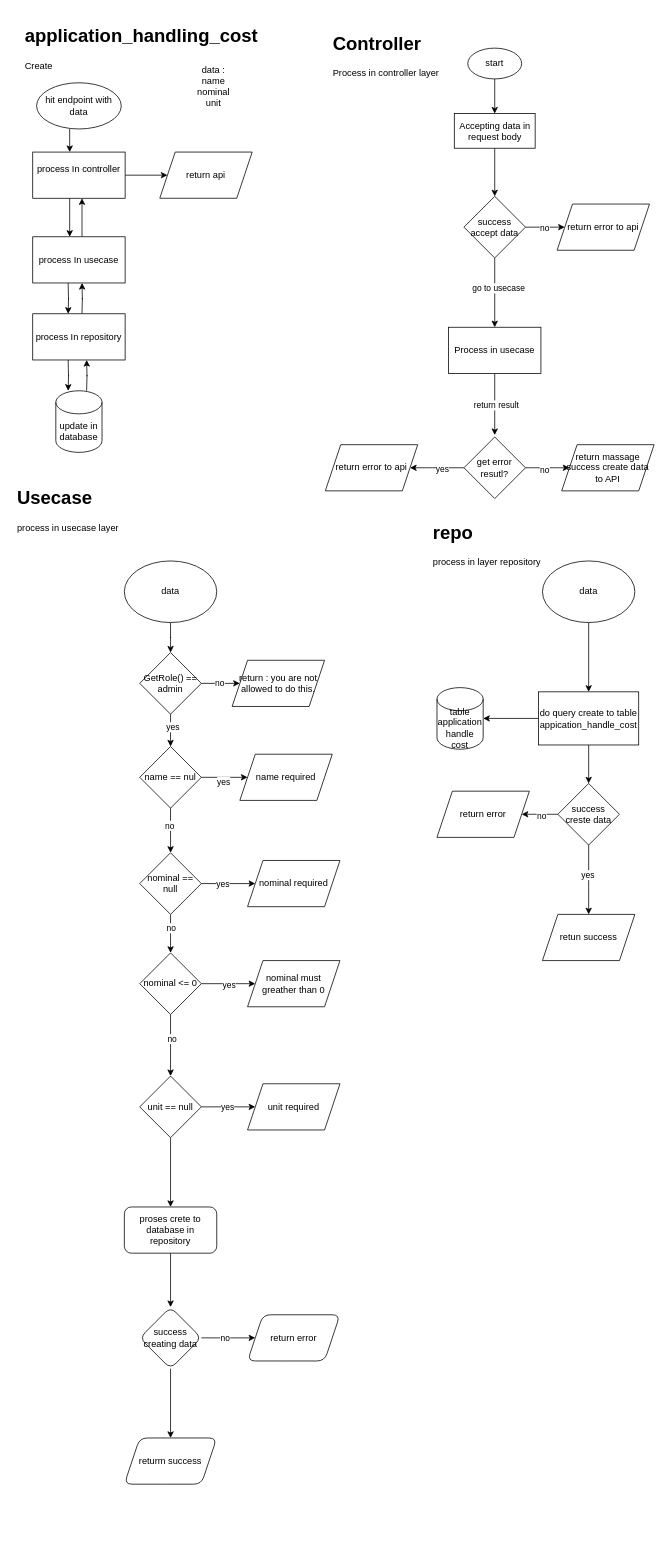
This is page "create" (1 of 4) of application handling cost.drawio from MasEBTa/drawio, a draw.io file, before an edit. Source tidied: cells renumbered, new cells numbered last; positions are measured from the earlier drawing's top-left corner, leaving out a move shared by most shapes. Both pictures are drawn from the tidied source at 77%, with x=0, y=0 at pixel (13, 21).
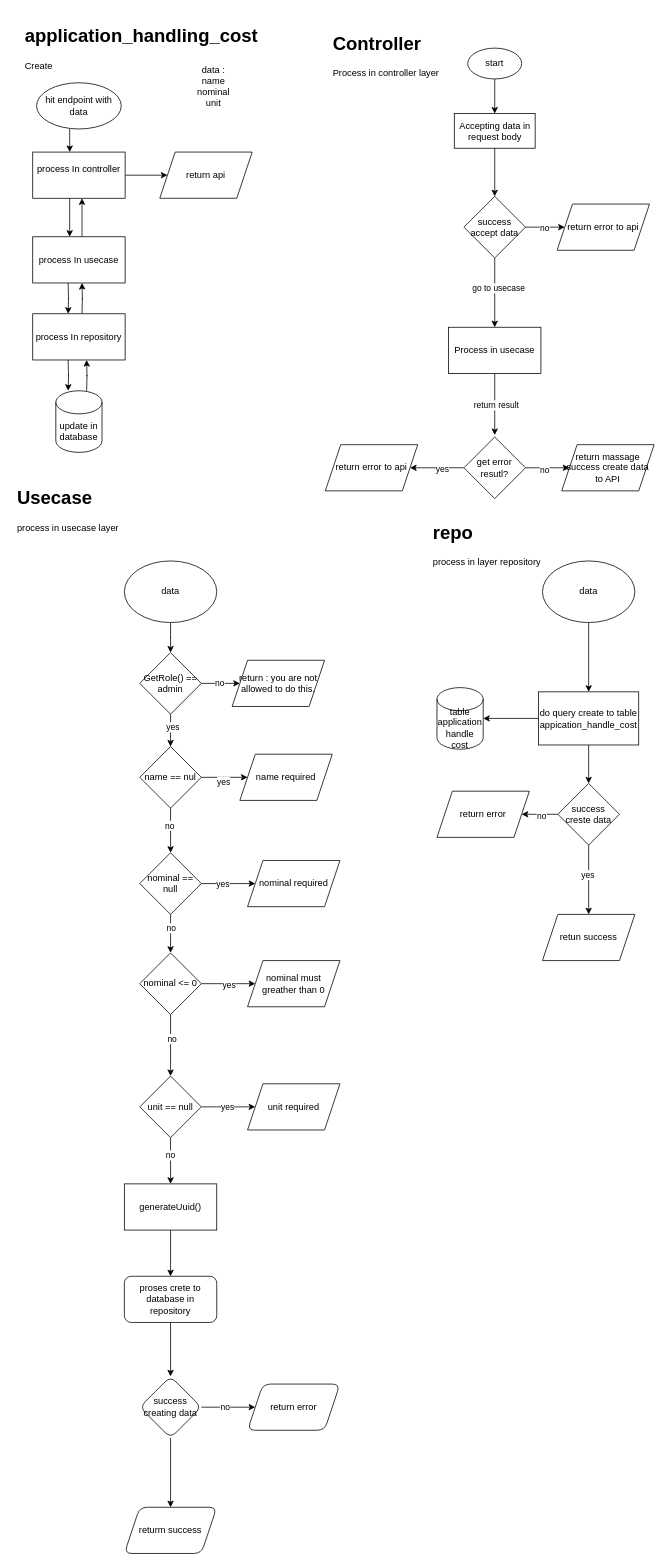
The same page after the edit.

Unchanged cells that the change refers to:
```xml
<mxCell id="69" value="unit == null" style="rhombus;whiteSpace=wrap;html=1;" parent="1" vertex="1">
  <mxGeometry x="164" y="1370" width="80" height="80" as="geometry" />
</mxCell>
```

What changed in the source:
```diff
@@
-    <mxCell id="68" style="edgeStyle=orthogonalEdgeStyle;rounded=0;jettySize=auto;html=1;" parent="1" edge="1" source="69" target="72">
+    <mxCell id="68" style="edgeStyle=orthogonalEdgeStyle;rounded=0;jettySize=auto;html=1;" parent="1" edge="1" source="95" target="72">
       <mxGeometry relative="1" as="geometry" />
     </mxCell>
@@
     <mxCell id="72" value="proses crete to database in repository" style="rounded=1;whiteSpace=wrap;html=1;" parent="1" vertex="1">
-      <mxGeometry x="144" y="1540" width="120" height="60" as="geometry" />
+      <mxGeometry x="144" y="1630" width="120" height="60" as="geometry" />
     </mxCell>
@@
     <mxCell id="76" value="success creating data" style="rhombus;whiteSpace=wrap;html=1;rounded=1;" parent="1" vertex="1">
-      <mxGeometry x="164" y="1670" width="80" height="80" as="geometry" />
+      <mxGeometry x="164" y="1760" width="80" height="80" as="geometry" />
     </mxCell>
     <mxCell id="77" value="return error" style="shape=parallelogram;perimeter=parallelogramPerimeter;whiteSpace=wrap;html=1;fixedSize=1;rounded=1;" parent="1" vertex="1">
-      <mxGeometry x="304" y="1680" width="120" height="60" as="geometry" />
+      <mxGeometry x="304" y="1770" width="120" height="60" as="geometry" />
     </mxCell>
     <mxCell id="78" value="returm success" style="shape=parallelogram;perimeter=parallelogramPerimeter;whiteSpace=wrap;html=1;fixedSize=1;rounded=1;" parent="1" vertex="1">
-      <mxGeometry x="144" y="1840" width="120" height="60" as="geometry" />
+      <mxGeometry x="144" y="1930" width="120" height="60" as="geometry" />
     </mxCell>
@@
+    <mxCell id="93" style="edgeStyle=orthogonalEdgeStyle;rounded=0;jettySize=auto;html=1;" parent="1" edge="1" source="69" target="95">
+      <mxGeometry relative="1" as="geometry" />
+    </mxCell>
+    <mxCell id="94" value="no" style="edgeLabel;html=1;align=center;verticalAlign=middle;" parent="93" vertex="1">
+      <mxGeometry x="-0.28" y="-1" relative="1" as="geometry" />
+    </mxCell>
+    <mxCell id="95" value="generateUuid()" style="rounded=0;whiteSpace=wrap;html=1;" parent="1" vertex="1">
+      <mxGeometry x="144" y="1510" width="120" height="60" as="geometry" />
+    </mxCell>
```
